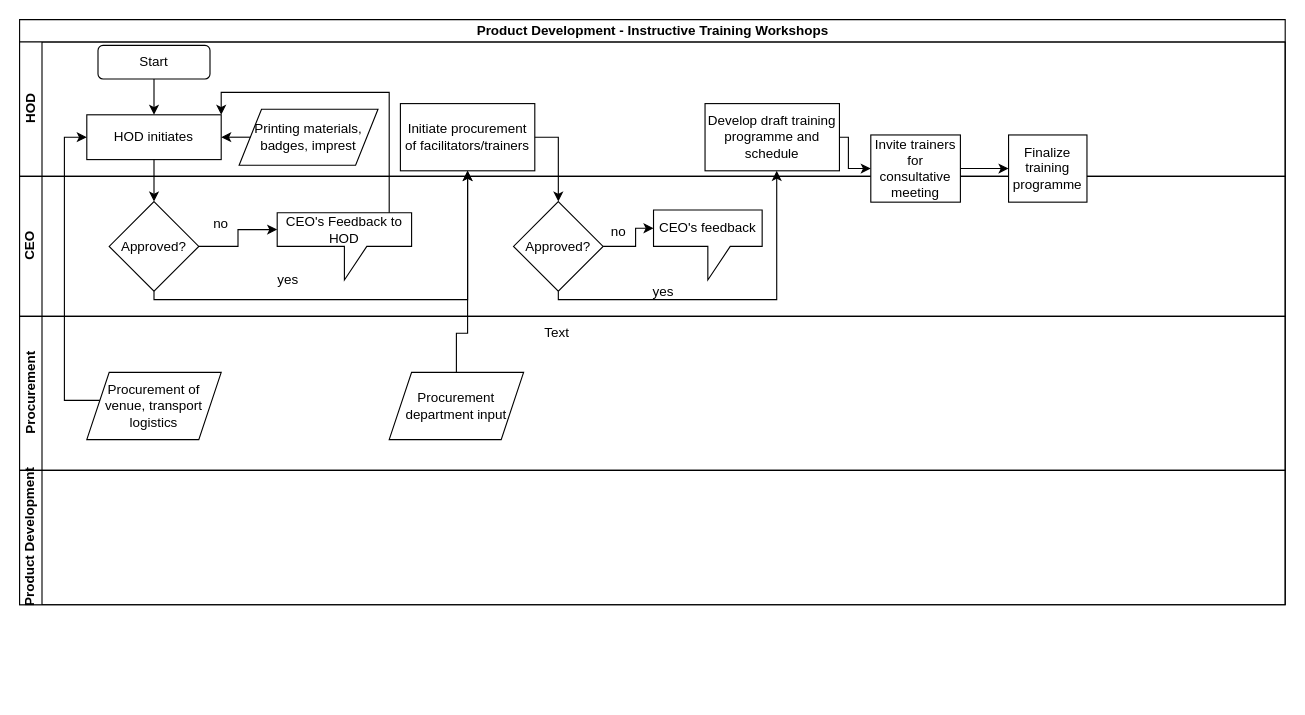
This is PD - Instructive Training Workshops.drawio from kmagua/flowcharts, a draw.io file, before an edit. Source tidied: cells renumbered, new cells numbered last; positions are measured from the earlier drawing's top-left corner, leaving out a move shared by most shapes. Both pictures are drawn from the tidied source at 112%, with x=0, y=0 at pixel (19, 19).
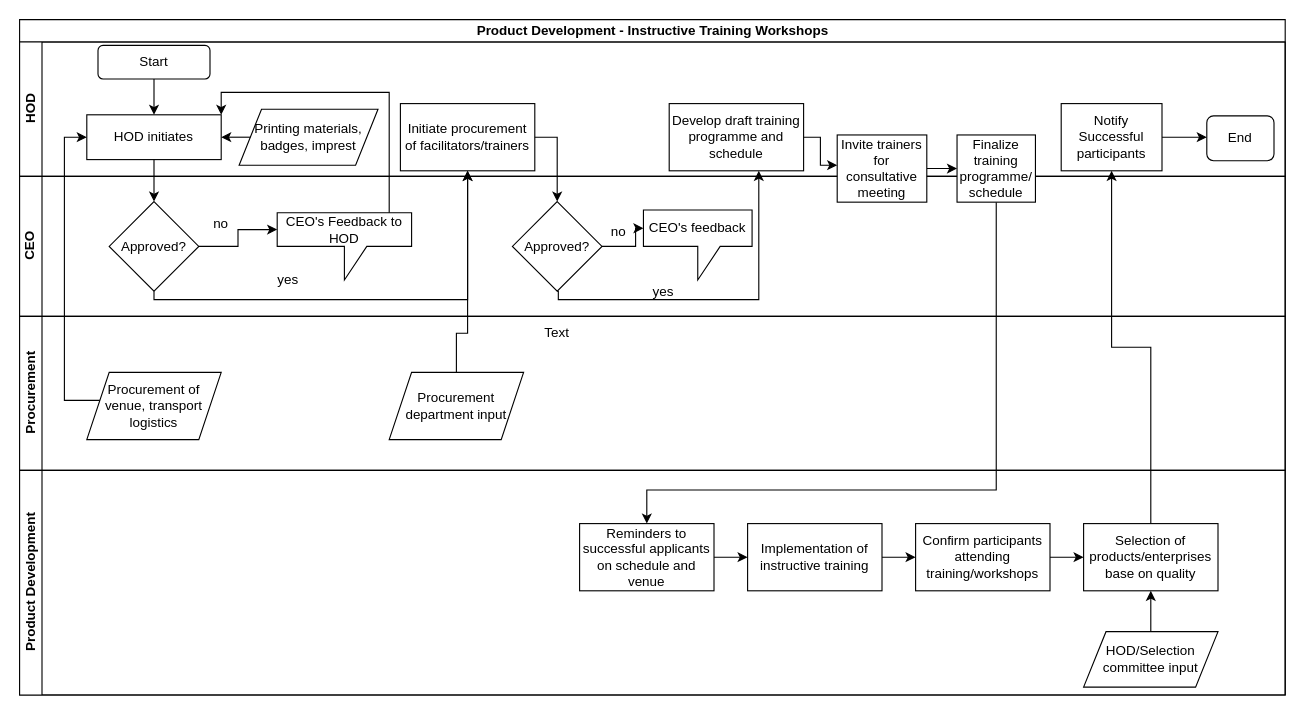
Above is the later version.

Unchanged cells that the change refers to:
```xml
<mxCell id="3" value="HOD" style="swimlane;html=1;startSize=20;horizontal=0;" parent="2" vertex="1">
  <mxGeometry y="20" width="1130" height="120" as="geometry" />
</mxCell>
<mxCell id="9" value="CEO" style="swimlane;html=1;startSize=20;horizontal=0;" parent="2" vertex="1">
  <mxGeometry y="140" width="1130" height="125" as="geometry" />
</mxCell>
```

The edit, as a diff of the source:
```diff
@@
     <mxCell id="2" value="Product Development - Instructive Training Workshops" style="swimlane;html=1;horizontal=1;startSize=20;" parent="1" vertex="1">
-      <mxGeometry width="1130" height="522.5" as="geometry" />
+      <mxGeometry width="1130" height="603" as="geometry" />
     </mxCell>
@@
-    <mxCell id="5" value="Develop draft training programme and schedule" style="whiteSpace=wrap;html=1;rounded=0;" parent="3" vertex="1">
-      <mxGeometry x="612" y="55" width="120" height="60" as="geometry" />
-    </mxCell>
+    <mxCell id="38" value="End" style="rounded=1;whiteSpace=wrap;html=1;" parent="3" vertex="1">
+      <mxGeometry x="1060" y="66" width="60" height="40" as="geometry" />
+    </mxCell>
+    <mxCell id="39" value="Notify Successful participants" style="whiteSpace=wrap;html=1;rounded=0;" parent="3" vertex="1">
+      <mxGeometry x="930" y="55" width="90" height="60" as="geometry" />
+    </mxCell>
@@
+    <mxCell id="5" value="Develop draft training programme and schedule" style="whiteSpace=wrap;html=1;rounded=0;" parent="3" vertex="1">
+      <mxGeometry x="580" y="55" width="120" height="60" as="geometry" />
+    </mxCell>
@@
     <mxCell id="11" value="CEO's feedback" style="shape=callout;whiteSpace=wrap;html=1;perimeter=calloutPerimeter;" parent="9" vertex="1">
-      <mxGeometry x="566" y="30" width="97" height="62.5" as="geometry" />
+      <mxGeometry x="557" y="30" width="97" height="62.5" as="geometry" />
     </mxCell>
@@
     <mxCell id="13" value="Approved?" style="rhombus;whiteSpace=wrap;html=1;rounded=0;" parent="9" vertex="1">
-      <mxGeometry x="441" y="22.5" width="80" height="80" as="geometry" />
+      <mxGeometry x="440" y="22.5" width="80" height="80" as="geometry" />
     </mxCell>
@@
-    <mxCell id="23" value="Product Development" style="swimlane;html=1;startSize=20;horizontal=0;" parent="2" vertex="1">
-      <mxGeometry y="402.5" width="1130" height="120" as="geometry" />
-    </mxCell>
@@
     <mxCell id="30" style="edgeStyle=orthogonalEdgeStyle;rounded=0;jettySize=auto;html=1;exitX=0.5;exitY=1;exitDx=0;exitDy=0;" parent="2" edge="1" source="13">
       <mxGeometry relative="1" as="geometry">
-        <mxPoint x="676" y="135" as="targetPoint" />
+        <mxPoint x="660" y="135" as="targetPoint" />
         <Array as="points">
+          <mxPoint x="481" y="243" />
           <mxPoint x="481" y="250" />
-          <mxPoint x="676" y="250" />
+          <mxPoint x="660" y="250" />
+          <mxPoint x="660" y="135" />
         </Array>
       </mxGeometry>
     </mxCell>
+    <mxCell id="23" value="Product Development" style="swimlane;html=1;startSize=20;horizontal=0;" parent="2" vertex="1">
+      <mxGeometry y="402.5" width="1130" height="200.5" as="geometry" />
+    </mxCell>
+    <mxCell id="40" value="Selection of products/enterprises base on quality" style="whiteSpace=wrap;html=1;rounded=0;" parent="23" vertex="1">
+      <mxGeometry x="950" y="47.5" width="120" height="60" as="geometry" />
+    </mxCell>
+    <mxCell id="41" value="Confirm participants attending training/workshops" style="whiteSpace=wrap;html=1;rounded=0;" parent="23" vertex="1">
+      <mxGeometry x="800" y="47.5" width="120" height="60" as="geometry" />
+    </mxCell>
+    <mxCell id="42" value="Implementation of instructive training" style="whiteSpace=wrap;html=1;rounded=0;" parent="23" vertex="1">
+      <mxGeometry x="650" y="47.5" width="120" height="60" as="geometry" />
+    </mxCell>
+    <mxCell id="43" value="Reminders to successful applicants on schedule and venue" style="whiteSpace=wrap;html=1;rounded=0;" parent="23" vertex="1">
+      <mxGeometry x="500" y="47.5" width="120" height="60" as="geometry" />
+    </mxCell>
+    <mxCell id="44" style="edgeStyle=orthogonalEdgeStyle;rounded=0;jettySize=auto;html=1;" parent="23" edge="1" source="43" target="42">
+      <mxGeometry relative="1" as="geometry" />
+    </mxCell>
+    <mxCell id="45" style="edgeStyle=orthogonalEdgeStyle;rounded=0;jettySize=auto;html=1;" parent="23" edge="1" source="42" target="41">
+      <mxGeometry relative="1" as="geometry" />
+    </mxCell>
+    <mxCell id="46" style="edgeStyle=orthogonalEdgeStyle;rounded=0;jettySize=auto;html=1;" parent="23" edge="1" source="41" target="40">
+      <mxGeometry relative="1" as="geometry" />
+    </mxCell>
+    <mxCell id="47" value="HOD/Selection committee input" style="shape=parallelogram;perimeter=parallelogramPerimeter;whiteSpace=wrap;html=1;fixedSize=1;" parent="23" vertex="1">
+      <mxGeometry x="950" y="144" width="120" height="49.5" as="geometry" />
+    </mxCell>
+    <mxCell id="48" style="edgeStyle=orthogonalEdgeStyle;rounded=0;jettySize=auto;html=1;entryX=0.5;entryY=1;entryDx=0;entryDy=0;" parent="23" edge="1" source="47" target="40">
+      <mxGeometry relative="1" as="geometry" />
+    </mxCell>
+    <mxCell id="49" style="edgeStyle=orthogonalEdgeStyle;rounded=0;jettySize=auto;html=1;" parent="2" edge="1" source="40" target="39">
+      <mxGeometry relative="1" as="geometry" />
+    </mxCell>
@@
     <mxCell id="35" value="Invite trainers for consultative meeting" style="whiteSpace=wrap;html=1;rounded=0;" parent="1" vertex="1">
-      <mxGeometry x="760" y="103" width="80" height="60" as="geometry" />
+      <mxGeometry x="730" y="103" width="80" height="60" as="geometry" />
     </mxCell>
     <mxCell id="36" style="edgeStyle=orthogonalEdgeStyle;rounded=0;jettySize=auto;html=1;exitX=1;exitY=0.5;exitDx=0;exitDy=0;" parent="1" edge="1" source="5" target="35">
       <mxGeometry relative="1" as="geometry">
         <Array as="points">
-          <mxPoint x="740" y="105" />
-          <mxPoint x="740" y="133" />
+          <mxPoint x="715" y="105" />
+          <mxPoint x="715" y="130" />
         </Array>
       </mxGeometry>
     </mxCell>
+    <mxCell id="50" style="edgeStyle=orthogonalEdgeStyle;rounded=0;jettySize=auto;html=1;" parent="1" edge="1" source="37" target="43">
+      <mxGeometry relative="1" as="geometry">
+        <Array as="points">
+          <mxPoint x="872" y="420" />
+          <mxPoint x="560" y="420" />
+        </Array>
+      </mxGeometry>
+    </mxCell>
-    <mxCell id="37" value="Finalize training programme" style="whiteSpace=wrap;html=1;rounded=0;" parent="1" vertex="1">
-      <mxGeometry x="883" y="103" width="70" height="60" as="geometry" />
+    <mxCell id="37" value="&lt;div&gt;Finalize training programme/&lt;/div&gt;&lt;div&gt;schedule&lt;/div&gt;" style="whiteSpace=wrap;html=1;rounded=0;" parent="1" vertex="1">
+      <mxGeometry x="837" y="103" width="70" height="60" as="geometry" />
     </mxCell>
+    <mxCell id="51" style="edgeStyle=orthogonalEdgeStyle;rounded=0;jettySize=auto;html=1;" parent="1" edge="1" source="39">
+      <mxGeometry relative="1" as="geometry">
+        <mxPoint x="1060" y="105" as="targetPoint" />
+      </mxGeometry>
+    </mxCell>
```
